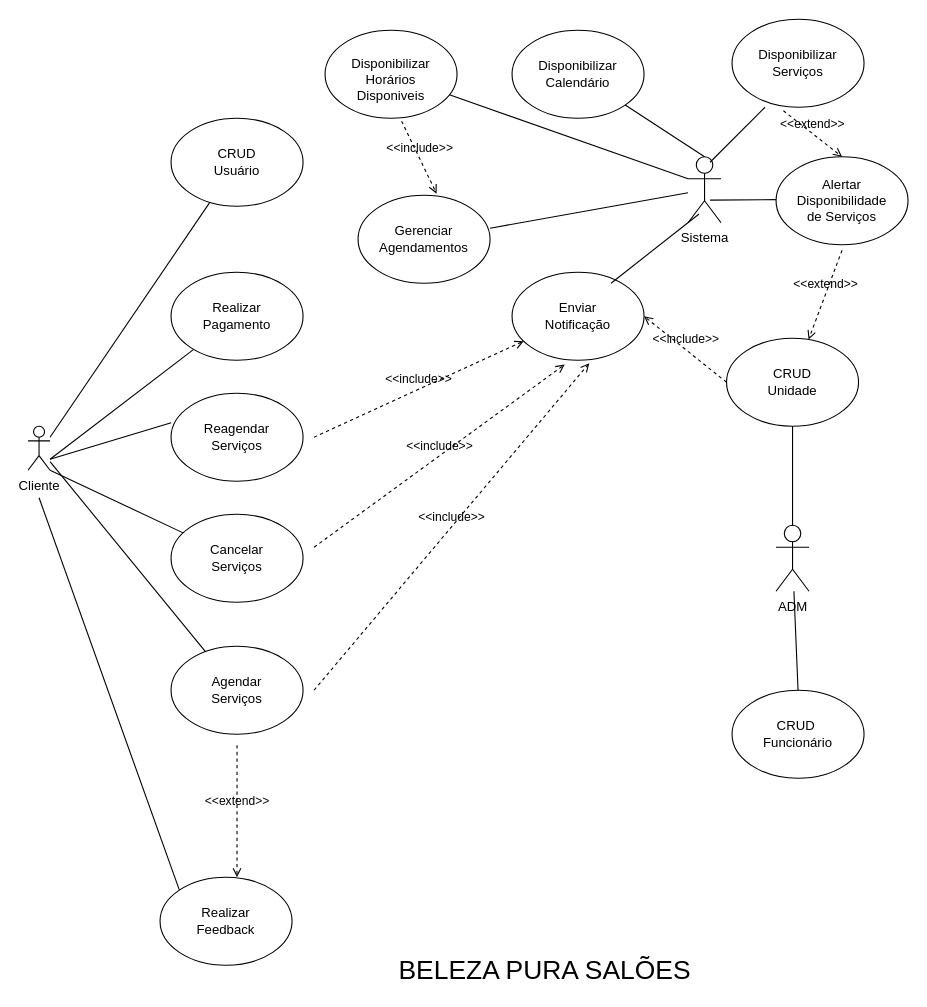
Earlier version of the draw.io diagram page "Página-1" (1 of 2) of Diagrama sem nome.drawio (AnaBeatriz191/diagramasderequisitos). Source tidied: cells renumbered, new cells numbered last; positions are measured from the earlier drawing's top-left corner, leaving out a move shared by most shapes. Both pictures are drawn from the tidied source at 110%, with x=0, y=0 at pixel (28, 19).
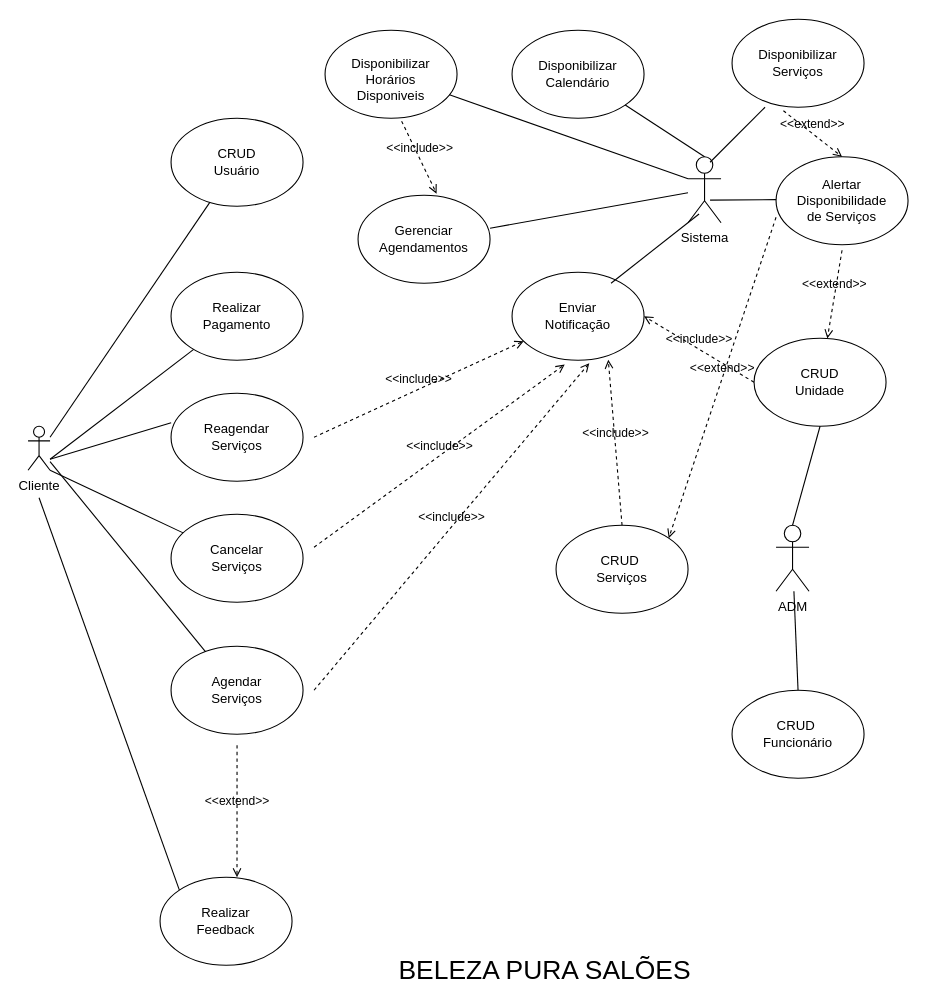
The same page after the edit.

Unchanged cells that the change refers to:
```xml
<mxCell id="12" style="ellipse;whiteSpace=wrap;html=1;" parent="1" vertex="1">
  <mxGeometry x="440" y="230" width="120" height="80" as="geometry" />
</mxCell>
<mxCell id="15" style="ellipse;whiteSpace=wrap;html=1;" parent="1" vertex="1">
  <mxGeometry x="680" y="125" width="120" height="80" as="geometry" />
</mxCell>
```

The edit, as a diff of the source:
```diff
@@
     <mxCell id="44" style="ellipse;whiteSpace=wrap;html=1;" parent="1" vertex="1">
-      <mxGeometry x="635" y="290" width="120" height="80" as="geometry" />
+      <mxGeometry x="660" y="290" width="120" height="80" as="geometry" />
     </mxCell>
     <mxCell id="45" value="CRUD Unidade" style="text;html=1;align=center;verticalAlign=middle;whiteSpace=wrap;rounded=0;" parent="1" vertex="1">
-      <mxGeometry x="665" y="315" width="60" height="30" as="geometry" />
+      <mxGeometry x="690" y="315" width="60" height="30" as="geometry" />
     </mxCell>
@@
+    <mxCell id="56" style="ellipse;whiteSpace=wrap;html=1;" parent="1" vertex="1">
+      <mxGeometry x="480" y="460" width="120" height="80" as="geometry" />
+    </mxCell>
+    <mxCell id="57" value="CRUD&amp;nbsp;&lt;div&gt;Serviços&lt;/div&gt;" style="text;html=1;align=center;verticalAlign=middle;whiteSpace=wrap;rounded=0;" parent="1" vertex="1">
+      <mxGeometry x="510" y="485" width="60" height="30" as="geometry" />
+    </mxCell>
+    <mxCell id="58" value="&amp;lt;&amp;lt;include&amp;gt;&amp;gt;" style="html=1;verticalAlign=bottom;labelBackgroundColor=none;endArrow=open;endFill=0;dashed=1;rounded=0;entryX=0.729;entryY=0.994;entryDx=0;entryDy=0;entryPerimeter=0;exitX=0.5;exitY=0;exitDx=0;exitDy=0;" parent="1" edge="1" source="56" target="12">
+      <mxGeometry relative="1" as="geometry" />
+    </mxCell>
+    <mxCell id="59" value="&amp;lt;&amp;lt;extend&amp;gt;&amp;gt;" style="html=1;verticalAlign=bottom;labelBackgroundColor=none;endArrow=open;endFill=0;dashed=1;rounded=0;entryX=1;entryY=0;entryDx=0;entryDy=0;exitX=0;exitY=0.688;exitDx=0;exitDy=0;exitPerimeter=0;" parent="1" edge="1" source="15" target="56">
+      <mxGeometry relative="1" as="geometry" />
+    </mxCell>
```
